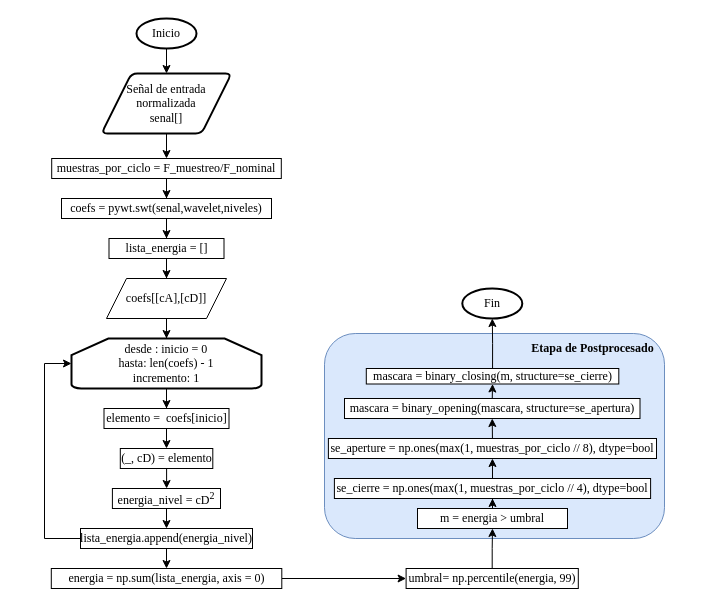
Before: Diagramas_Flujo/Diagrama_Flujo_Wavelet.drawio in SGOLDYT/Power-Quality, a draw.io diagram. Source tidied: cells renumbered, new cells numbered last; positions are measured from the earlier drawing's top-left corner, leaving out a move shared by most shapes. Both pictures are drawn from the tidied source at 100%, with x=0, y=0 at pixel (44, 18).
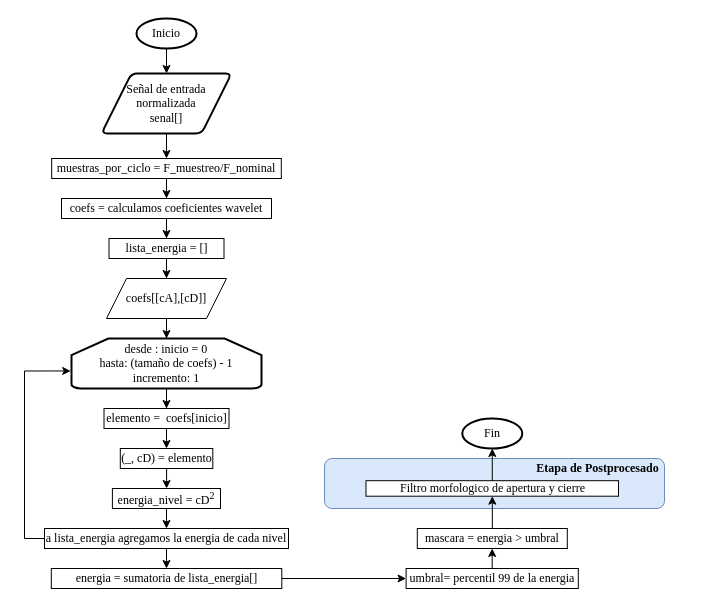
After the change.

The edit, as a diff of the source:
```diff
@@
     <mxCell id="2" style="rounded=1;whiteSpace=wrap;html=1;fillColor=#dae8fc;strokeColor=#6c8ebf;" parent="1" vertex="1">
-      <mxGeometry x="280" y="315" width="340" height="205" as="geometry" />
+      <mxGeometry x="280" y="440" width="340" height="50" as="geometry" />
     </mxCell>
@@
-    <mxCell id="8" value="&lt;font face=&quot;Times New Roman&quot;&gt;energia = np.sum(lista_energia, axis = 0)&lt;/font&gt;" style="rounded=0;whiteSpace=wrap;html=1;" parent="1" vertex="1">
+    <mxCell id="8" value="&lt;font face=&quot;Times New Roman&quot;&gt;energia = sumatoria de lista_energia[]&lt;/font&gt;" style="rounded=0;whiteSpace=wrap;html=1;" parent="1" vertex="1">
       <mxGeometry x="6.8" y="550" width="230.5" height="20" as="geometry" />
     </mxCell>
@@
-    <mxCell id="10" value="&lt;font face=&quot;Times New Roman&quot;&gt;coefs = pywt.swt(senal,wavelet,niveles)&lt;/font&gt;" style="rounded=0;whiteSpace=wrap;html=1;" parent="1" vertex="1">
+    <mxCell id="10" value="&lt;font face=&quot;Times New Roman&quot;&gt;coefs = calculamos coeficientes wavelet&lt;/font&gt;" style="rounded=0;whiteSpace=wrap;html=1;" parent="1" vertex="1">
       <mxGeometry x="17" y="180" width="210" height="20" as="geometry" />
     </mxCell>
@@
-    <mxCell id="15" value="&lt;font face=&quot;Times New Roman&quot;&gt;desde : inicio = 0&lt;/font&gt;&lt;div&gt;&lt;font face=&quot;Times New Roman&quot;&gt;hasta: len(coefs) - 1&lt;/font&gt;&lt;/div&gt;&lt;div&gt;&lt;font face=&quot;Times New Roman&quot;&gt;incremento: 1&lt;/font&gt;&lt;/div&gt;" style="strokeWidth=2;html=1;shape=mxgraph.flowchart.loop_limit;whiteSpace=wrap;" parent="1" vertex="1">
+    <mxCell id="15" value="&lt;font face=&quot;Times New Roman&quot;&gt;desde : inicio = 0&lt;/font&gt;&lt;div&gt;&lt;font face=&quot;Times New Roman&quot;&gt;hasta: (tamaño de coefs) - 1&lt;/font&gt;&lt;/div&gt;&lt;div&gt;&lt;font face=&quot;Times New Roman&quot;&gt;incremento: 1&lt;/font&gt;&lt;/div&gt;" style="strokeWidth=2;html=1;shape=mxgraph.flowchart.loop_limit;whiteSpace=wrap;" parent="1" vertex="1">
       <mxGeometry x="27" y="320" width="190" height="50" as="geometry" />
     </mxCell>
@@
-    <mxCell id="22" value="&lt;font face=&quot;Times New Roman&quot;&gt;lista_energia.append(energia_nivel)&lt;/font&gt;" style="rounded=0;whiteSpace=wrap;html=1;" parent="1" vertex="1">
-      <mxGeometry x="36" y="510" width="172" height="20" as="geometry" />
+    <mxCell id="22" value="&lt;font face=&quot;Times New Roman&quot;&gt;a lista_energia agregamos la energia de cada nivel&lt;/font&gt;" style="rounded=0;whiteSpace=wrap;html=1;" parent="1" vertex="1">
+      <mxGeometry y="510" width="244" height="20" as="geometry" />
     </mxCell>
@@
-    <mxCell id="25" style="edgeStyle=orthogonalEdgeStyle;rounded=0;jettySize=auto;html=1;entryX=0;entryY=0.5;entryDx=0;entryDy=0;entryPerimeter=0;" parent="1" edge="1" source="22" target="15">
-      <mxGeometry relative="1" as="geometry">
-        <Array as="points">
-          <mxPoint y="520" />
-          <mxPoint y="345" />
-        </Array>
-      </mxGeometry>
-    </mxCell>
@@
-    <mxCell id="28" value="&lt;font face=&quot;Times New Roman&quot;&gt;umbral= np.percentile(energia, 99)&lt;/font&gt;" style="rounded=0;whiteSpace=wrap;html=1;" parent="1" vertex="1">
+    <mxCell id="28" value="&lt;font face=&quot;Times New Roman&quot;&gt;umbral= percentil 99 de la energia&lt;/font&gt;" style="rounded=0;whiteSpace=wrap;html=1;" parent="1" vertex="1">
       <mxGeometry x="361.6" y="550" width="172.2" height="20" as="geometry" />
     </mxCell>
-    <mxCell id="29" style="edgeStyle=orthogonalEdgeStyle;rounded=0;jettySize=auto;html=1;entryX=0.5;entryY=1;entryDx=0;entryDy=0;" parent="1" edge="1" source="30" target="32">
-      <mxGeometry relative="1" as="geometry" />
-    </mxCell>
+    <mxCell id="43" style="edgeStyle=orthogonalEdgeStyle;rounded=0;jettySize=auto;html=1;" parent="1" edge="1" source="30" target="35">
+      <mxGeometry relative="1" as="geometry" />
+    </mxCell>
-    <mxCell id="30" value="&lt;font face=&quot;Times New Roman&quot;&gt;m = energia &amp;gt; umbral&lt;/font&gt;" style="rounded=0;whiteSpace=wrap;html=1;" parent="1" vertex="1">
-      <mxGeometry x="373" y="490" width="150" height="20" as="geometry" />
+    <mxCell id="30" value="&lt;font face=&quot;Times New Roman&quot;&gt;mascara = energia &amp;gt; umbral&lt;/font&gt;" style="rounded=0;whiteSpace=wrap;html=1;" parent="1" vertex="1">
+      <mxGeometry x="372.8" y="510" width="150" height="20" as="geometry" />
     </mxCell>
-    <mxCell id="31" style="edgeStyle=orthogonalEdgeStyle;rounded=0;jettySize=auto;html=1;exitX=0.5;exitY=0;exitDx=0;exitDy=0;entryX=0.5;entryY=1;entryDx=0;entryDy=0;" parent="1" edge="1" source="32" target="34">
-      <mxGeometry relative="1" as="geometry" />
-    </mxCell>
-    <mxCell id="32" value="&lt;font face=&quot;Times New Roman&quot;&gt;se_cierre = np.ones(max(1, muestras_por_ciclo // 4), dtype=bool&lt;/font&gt;" style="rounded=0;whiteSpace=wrap;html=1;" parent="1" vertex="1">
-      <mxGeometry x="289.9" y="460" width="316.2" height="20" as="geometry" />
-    </mxCell>
-    <mxCell id="33" style="edgeStyle=orthogonalEdgeStyle;rounded=0;jettySize=auto;html=1;exitX=0.5;exitY=0;exitDx=0;exitDy=0;entryX=0.5;entryY=1;entryDx=0;entryDy=0;" parent="1" edge="1" source="34" target="37">
-      <mxGeometry relative="1" as="geometry" />
-    </mxCell>
-    <mxCell id="34" value="&lt;font face=&quot;Times New Roman&quot;&gt;se_aperture = np.ones(max(1, muestras_por_ciclo // 8), dtype=bool&lt;/font&gt;" style="rounded=0;whiteSpace=wrap;html=1;" parent="1" vertex="1">
-      <mxGeometry x="283.9" y="420" width="328.1" height="20" as="geometry" />
-    </mxCell>
-    <mxCell id="35" value="&lt;font face=&quot;Times New Roman&quot;&gt;mascara = binary_closing(m, structure=se_cierre)&lt;/font&gt;" style="rounded=0;whiteSpace=wrap;html=1;" parent="1" vertex="1">
-      <mxGeometry x="321.8" y="350" width="252.5" height="15.5" as="geometry" />
+    <mxCell id="35" value="&lt;font face=&quot;Times New Roman&quot;&gt;Filtro morfologico de apertura y cierre&lt;/font&gt;" style="rounded=0;whiteSpace=wrap;html=1;" parent="1" vertex="1">
+      <mxGeometry x="321.5" y="462.2" width="252.5" height="15.5" as="geometry" />
     </mxCell>
-    <mxCell id="36" style="edgeStyle=orthogonalEdgeStyle;rounded=0;jettySize=auto;html=1;exitX=0.5;exitY=0;exitDx=0;exitDy=0;entryX=0.5;entryY=1;entryDx=0;entryDy=0;" parent="1" edge="1" source="37" target="35">
-      <mxGeometry relative="1" as="geometry" />
-    </mxCell>
-    <mxCell id="37" value="&lt;font face=&quot;Times New Roman&quot;&gt;mascara = binary_opening(mascara, structure=se_apertura)&lt;/font&gt;" style="rounded=0;whiteSpace=wrap;html=1;" parent="1" vertex="1">
-      <mxGeometry x="300" y="380" width="295.5" height="20" as="geometry" />
-    </mxCell>
@@
     <mxCell id="40" value="&lt;font face=&quot;Times New Roman&quot;&gt;&lt;b&gt;Etapa de Postprocesado&lt;/b&gt;&lt;/font&gt;" style="text;html=1;align=center;verticalAlign=middle;whiteSpace=wrap;rounded=0;" parent="1" vertex="1">
-      <mxGeometry x="485.1" y="320" width="127" height="20" as="geometry" />
+      <mxGeometry x="490" y="440" width="127" height="20" as="geometry" />
     </mxCell>
     <mxCell id="41" value="&lt;font face=&quot;Times New Roman&quot;&gt;Fin&lt;/font&gt;" style="strokeWidth=2;html=1;shape=mxgraph.flowchart.start_1;whiteSpace=wrap;" parent="1" vertex="1">
-      <mxGeometry x="417.8" y="270" width="60" height="30" as="geometry" />
+      <mxGeometry x="417.8" y="400" width="60" height="30" as="geometry" />
     </mxCell>
+    <mxCell id="25" style="edgeStyle=orthogonalEdgeStyle;rounded=0;jettySize=auto;html=1;entryX=-0.004;entryY=0.649;entryDx=0;entryDy=0;entryPerimeter=0;" parent="1" edge="1" source="22" target="15">
+      <mxGeometry relative="1" as="geometry">
+        <Array as="points">
+          <mxPoint x="-20" y="520" />
+          <mxPoint x="-20" y="353" />
+        </Array>
+      </mxGeometry>
+    </mxCell>
```
